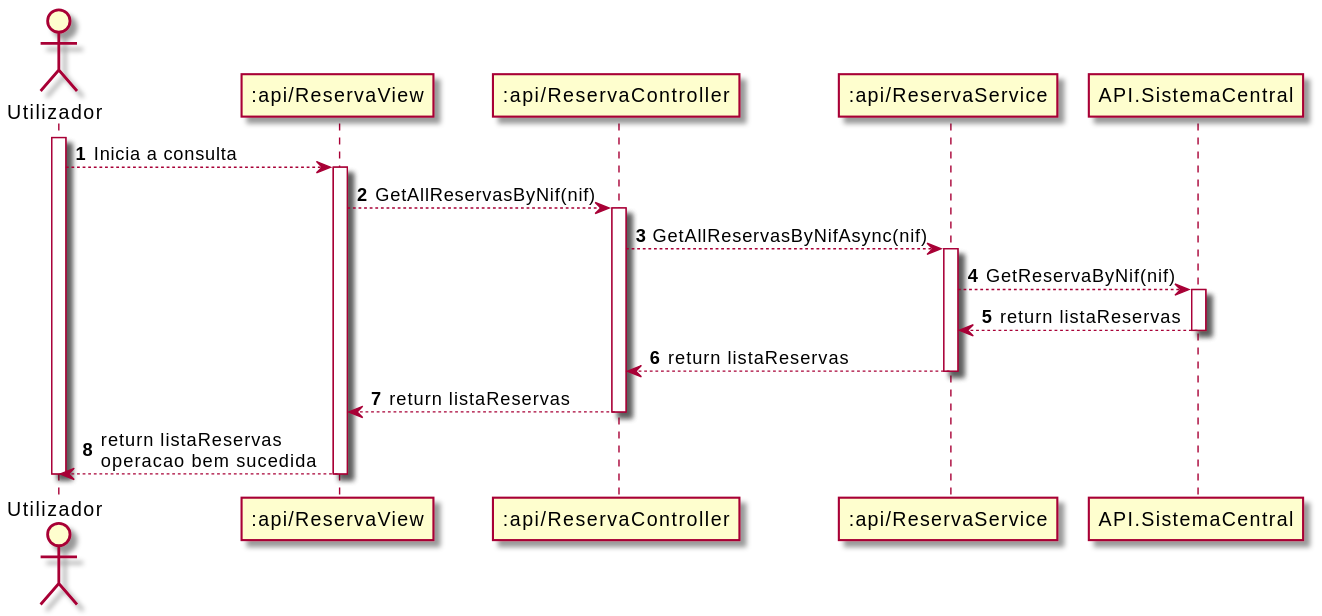
UPskillDOTNET/Jakim-das-Coives-S.A. keeps this PlantUML diagram as Documentos/Sprint4/UC7/UC7_SD.svg. Above is the earlier version. Source of this version:
```plantuml
@startuml
autonumber
actor "Utilizador" as U
participant ":api/ReservaView" as RV
participant ":api/ReservaController" as RC
participant ":api/ReservaService" as RS
participant "API.SistemaCentral" as API

activate U

U --> RV: Inicia a consulta
activate RV

RV --> RC: GetAllReservasByNif(nif)
activate RC

RC --> RS: GetAllReservasByNifAsync(nif)
activate RS

RS --> API: GetReservaByNif(nif)
activate API

API --> RS:return listaReservas
deactivate API

RS --> RC: return listaReservas
deactivate RS

RC --> RV: return listaReservas
deactivate RC

RV --> U: return listaReservas\noperacao bem sucedida
deactivate RV

deactivate U
@enduml
```
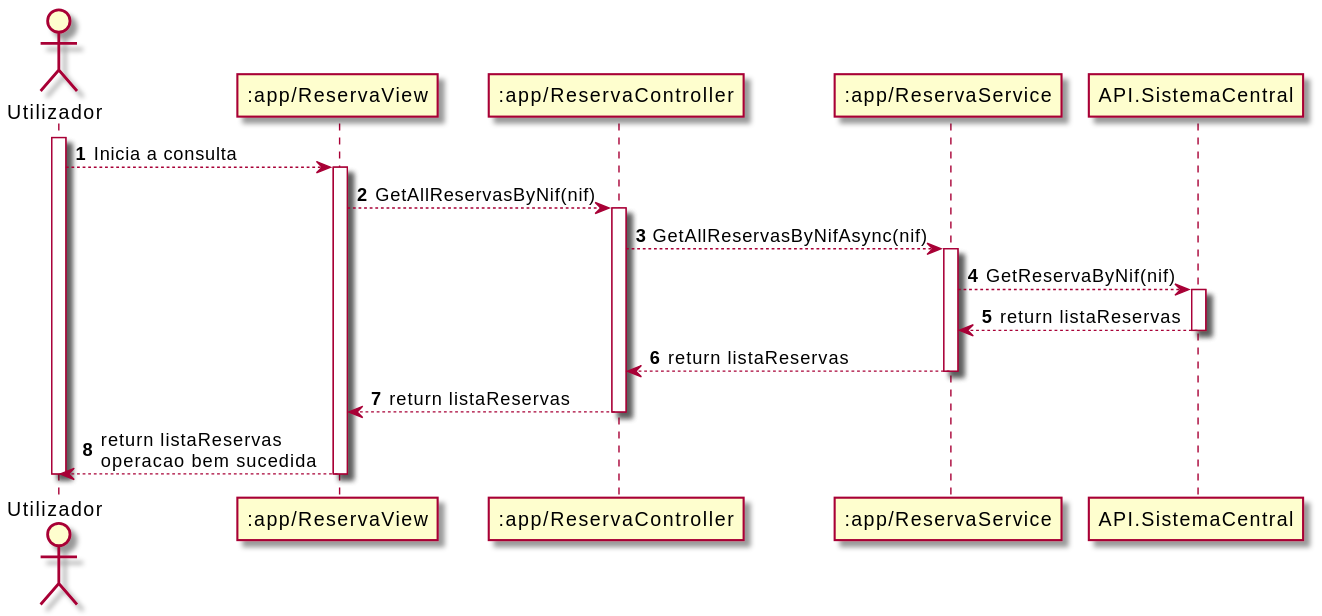
After the change.

Change to the diagram source:
```diff
@@ -1,9 +1,9 @@
 @startuml
 autonumber
 actor "Utilizador" as U
-participant ":api/ReservaView" as RV
-participant ":api/ReservaController" as RC
-participant ":api/ReservaService" as RS
+participant ":app/ReservaView" as RV
+participant ":app/ReservaController" as RC
+participant ":app/ReservaService" as RS
 participant "API.SistemaCentral" as API
 
 activate U
```
